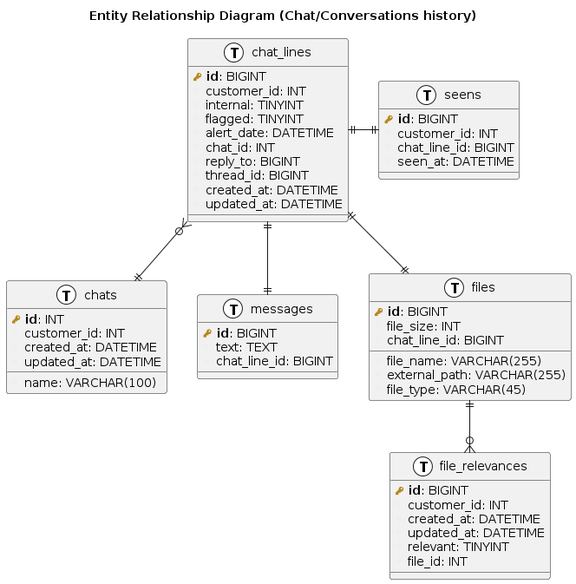
Above: docs/img/entity-relationship-diagram-chat-conversations-history.png in marouenes/smart-sms (PlantUML), before the change.
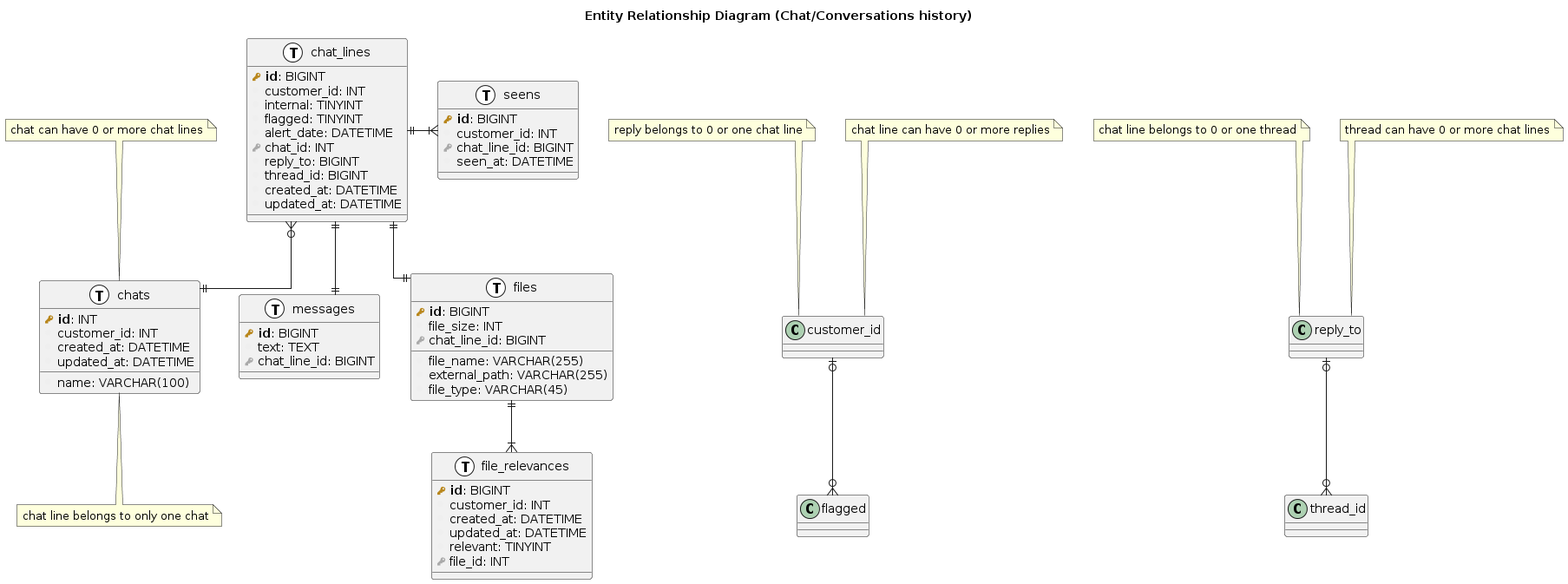
After the commit.

Commit message:
update the relationships and add side notes

What changed in the source:
```diff
@@ -6,6 +6,9 @@
     BackgroundColor<< (T, white) >> White
     BackgroundColor<< (T, #efefef) >> #efefef
 }
+
+
+skinparam linetype ortho
 
 !define primary_key(x) <b><color:#b8861b><&key></color> x</b>
 !define foreign_key(x) <color:#aaaaaa><&key></color> x
@@ -23,7 +26,7 @@
 table( messages ) {
     primary_key( id ): BIGINT
     column( text ): TEXT
-    column( chat_line_id ): BIGINT
+    foreign_key( chat_line_id ): BIGINT
 }
 
 table( chat_lines ) {
@@ -32,7 +35,7 @@
     column( internal ): TINYINT
     column( flagged ): TINYINT
     column( alert_date ): DATETIME
-    column( chat_id ): INT
+    foreign_key( chat_id ): INT
     column( reply_to ): BIGINT
     column( thread_id ): BIGINT
     column( created_at ): DATETIME
@@ -45,13 +48,13 @@
     column( external_path ): VARCHAR(255)
     column( file_type ): VARCHAR(45)
     column( file_size ): INT
-    column( chat_line_id ): BIGINT
+    foreign_key( chat_line_id ): BIGINT
 }
 
 table( seens ) {
     primary_key( id ): BIGINT
     column( customer_id ): INT
-    column( chat_line_id ): BIGINT
+    foreign_key( chat_line_id ): BIGINT
     column( seen_at ): DATETIME
 }
 
@@ -61,15 +64,23 @@
     column( created_at ): DATETIME
     column( updated_at ): DATETIME
     column( relevant ): TINYINT
-    column( file_id ): INT
+    foreign_key( file_id ): INT
 }
 
+note top of customer_id : reply belongs to 0 or one chat line
+note top of customer_id : chat line can have 0 or more replies
+customer_id |o--o{ flagged
+
+note top of reply_to : chat line belongs to 0 or one thread
+note top of reply_to : thread can have 0 or more chat lines
+reply_to |o--o{ thread_id
 
 chat_lines }o--|| chats
+note top of chats : chat can have 0 or more chat lines
+note bottom of chats : chat line belongs to only one chat
 chat_lines ||--|| messages
 chat_lines ||--|| files
-chat_lines ||-|| seens
-files ||--o{ file_relevances
-
+chat_lines ||-|{ seens
+files ||--|{ file_relevances
 
 @enduml
```
